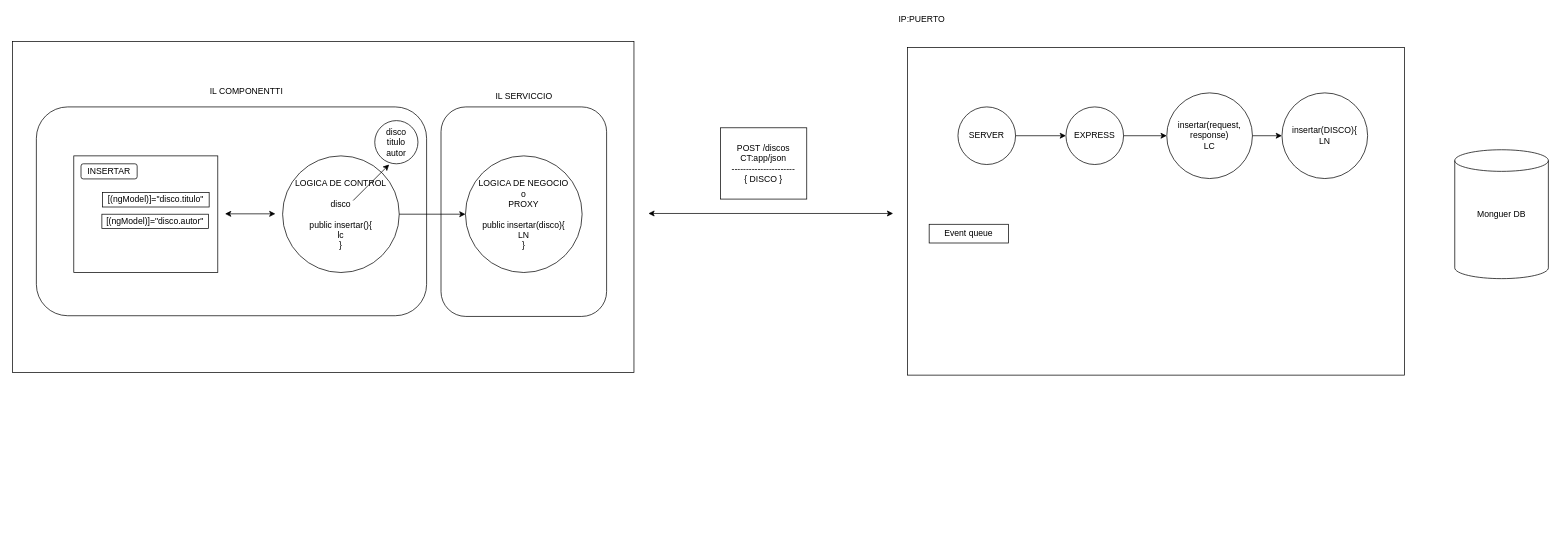
This is page "Page-34" (34 of 34) of diagramas.drawio from almoril00/MEAN, a draw.io file, before an edit. Source tidied: cells renumbered, new cells numbered last; positions are measured from the earlier drawing's top-left corner, leaving out a move shared by most shapes. Both pictures are drawn from the tidied source at 72%, with x=0, y=0 at pixel (12, 12).
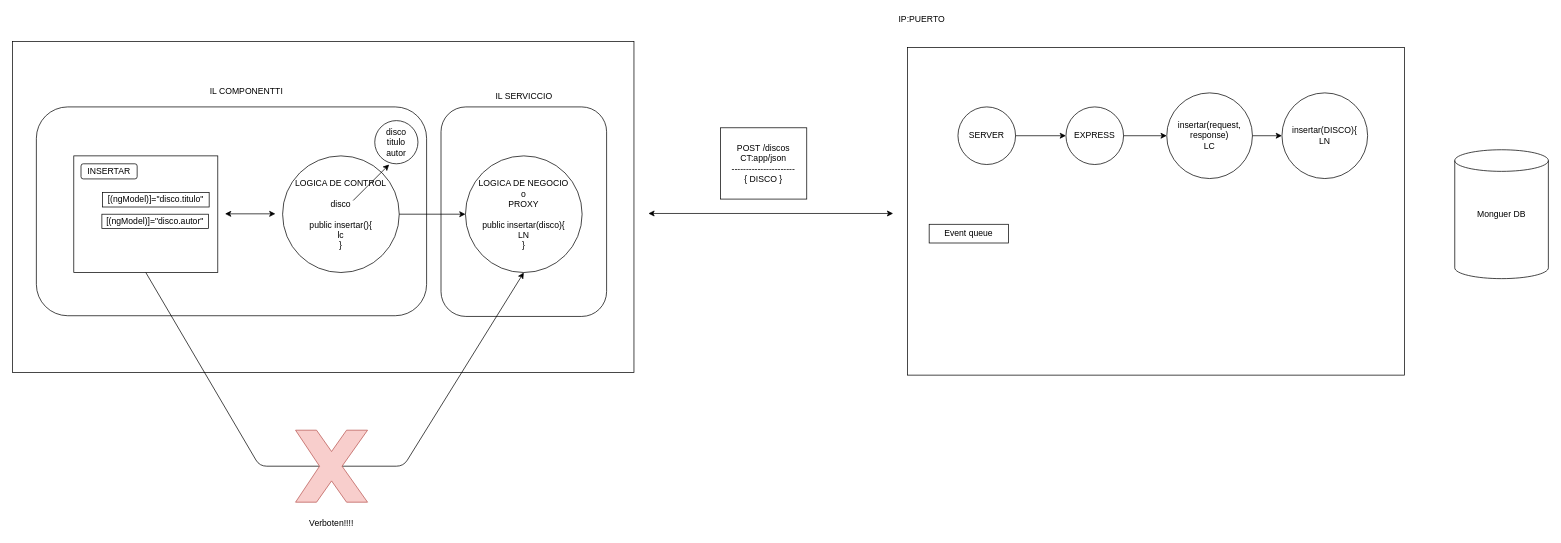
The same diagram, later.

Unchanged cells that the change refers to:
```xml
<mxCell id="5" style="rounded=0;whiteSpace=wrap;html=1;fillColor=none;" parent="1" vertex="1">
  <mxGeometry x="85" y="199" width="200" height="162" as="geometry" />
</mxCell>
<mxCell id="9" value="LOGICA DE NEGOCIO&lt;br&gt;o&lt;br&gt;PROXY&lt;br&gt;&lt;br&gt;public insertar(disco){&lt;br&gt;LN&lt;br&gt;}" style="ellipse;whiteSpace=wrap;html=1;fillColor=none;" parent="1" vertex="1">
  <mxGeometry x="629" y="199" width="162" height="162" as="geometry" />
</mxCell>
```

What changed in the source:
```diff
@@
+    <mxCell id="30" style="endArrow=classic;html=1;exitX=0.5;exitY=1;exitDx=0;exitDy=0;entryX=0.5;entryY=1;entryDx=0;entryDy=0;" parent="1" edge="1" source="5" target="9">
+      <mxGeometry relative="1" as="geometry">
+        <Array as="points">
+          <mxPoint x="343" y="630" />
+          <mxPoint x="543" y="630" />
+        </Array>
+      </mxGeometry>
+    </mxCell>
+    <mxCell id="31" style="verticalLabelPosition=bottom;verticalAlign=top;html=1;shape=mxgraph.basic.x;fillColor=#f8cecc;strokeColor=#b85450;" parent="1" vertex="1">
+      <mxGeometry x="393" y="580" width="100" height="100" as="geometry" />
+    </mxCell>
+    <mxCell id="32" value="Verboten!!!!" style="text;html=1;strokeColor=none;fillColor=none;align=center;verticalAlign=middle;whiteSpace=wrap;rounded=0;" parent="1" vertex="1">
+      <mxGeometry x="298" y="700" width="290" height="20" as="geometry" />
+    </mxCell>
```
